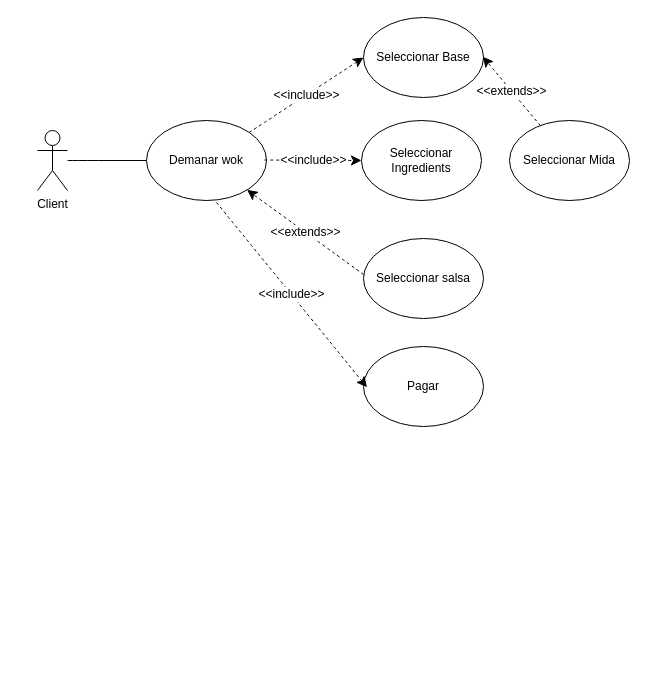
Before: page "Casos d'us" (1 of 5) of diagrames/Diagrama sense títol.drawio in inspedralbes/wok-gerard-inspedralbes, a draw.io diagram. Source tidied: cells renumbered, new cells numbered last; positions are measured from the earlier drawing's top-left corner, leaving out a move shared by most shapes. Both pictures are drawn from the tidied source at 100%, with x=0, y=0 at pixel (37, 17).
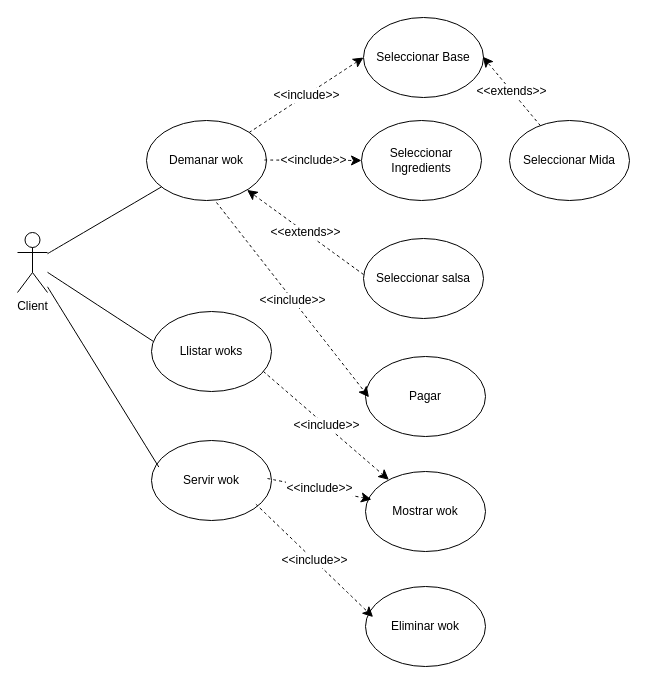
Above is the later version.

Diff of the diagram source:
```diff
@@
     <mxCell id="2" value="Client" style="shape=umlActor;verticalLabelPosition=bottom;verticalAlign=top;html=1;outlineConnect=0;" parent="1" vertex="1">
-      <mxGeometry y="113" width="30" height="60" as="geometry" />
+      <mxGeometry x="-20" y="215" width="30" height="60" as="geometry" />
     </mxCell>
@@
     <mxCell id="13" value="Pagar" style="ellipse;whiteSpace=wrap;html=1;" parent="1" vertex="1">
-      <mxGeometry x="326" y="329" width="120" height="80" as="geometry" />
+      <mxGeometry x="328" y="339" width="120" height="80" as="geometry" />
     </mxCell>
@@
+    <mxCell id="15" value="Llistar woks" style="ellipse;whiteSpace=wrap;html=1;" parent="1" vertex="1">
+      <mxGeometry x="114" y="294" width="120" height="80" as="geometry" />
+    </mxCell>
+    <mxCell id="16" style="endArrow=none;html=1;rounded=0;fontSize=12;startSize=8;endSize=8;curved=1;entryX=0.017;entryY=0.375;entryDx=0;entryDy=0;entryPerimeter=0;" parent="1" edge="1" source="2" target="15">
+      <mxGeometry relative="1" as="geometry" />
+    </mxCell>
+    <mxCell id="17" value="Servir wok" style="ellipse;whiteSpace=wrap;html=1;" parent="1" vertex="1">
+      <mxGeometry x="114" y="423" width="120" height="80" as="geometry" />
+    </mxCell>
+    <mxCell id="18" value="Mostrar wok" style="ellipse;whiteSpace=wrap;html=1;" parent="1" vertex="1">
+      <mxGeometry x="328" y="454" width="120" height="80" as="geometry" />
+    </mxCell>
+    <mxCell id="19" value="&amp;lt;&amp;lt;include&amp;gt;&amp;gt;" style="edgeStyle=none;curved=1;rounded=0;jettySize=auto;html=1;fontSize=12;startSize=8;endSize=8;dashed=1;exitX=0.933;exitY=0.75;exitDx=0;exitDy=0;exitPerimeter=0;" parent="1" edge="1" source="15" target="18">
+      <mxGeometry relative="1" as="geometry" />
+    </mxCell>
+    <mxCell id="20" value="&amp;lt;&amp;lt;include&amp;gt;&amp;gt;" style="edgeStyle=none;curved=1;rounded=0;jettySize=auto;html=1;fontSize=12;startSize=8;endSize=8;dashed=1;exitX=0.967;exitY=0.475;exitDx=0;exitDy=0;exitPerimeter=0;entryX=0.05;entryY=0.35;entryDx=0;entryDy=0;entryPerimeter=0;" parent="1" edge="1" source="17" target="18">
+      <mxGeometry relative="1" as="geometry" />
+    </mxCell>
+    <mxCell id="21" value="Eliminar wok" style="ellipse;whiteSpace=wrap;html=1;" parent="1" vertex="1">
+      <mxGeometry x="328" y="569" width="120" height="80" as="geometry" />
+    </mxCell>
+    <mxCell id="22" style="endArrow=none;html=1;rounded=0;fontSize=12;startSize=8;endSize=8;curved=1;entryX=0.061;entryY=0.332;entryDx=0;entryDy=0;entryPerimeter=0;" parent="1" edge="1" source="2" target="17">
+      <mxGeometry relative="1" as="geometry" />
+    </mxCell>
+    <mxCell id="23" value="&amp;lt;&amp;lt;include&amp;gt;&amp;gt;" style="edgeStyle=none;curved=1;rounded=0;jettySize=auto;html=1;fontSize=12;startSize=8;endSize=8;dashed=1;exitX=0.87;exitY=0.796;exitDx=0;exitDy=0;exitPerimeter=0;entryX=0.063;entryY=0.382;entryDx=0;entryDy=0;entryPerimeter=0;" parent="1" edge="1" source="17" target="21">
+      <mxGeometry relative="1" as="geometry" />
+    </mxCell>
```
